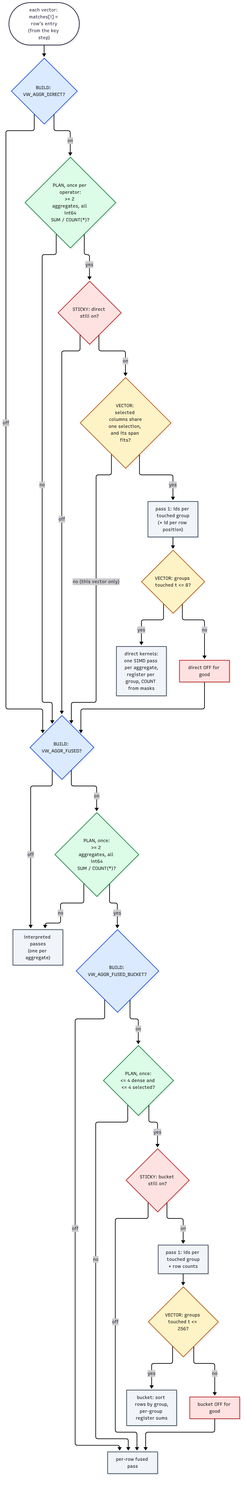
Before: aggregation_options/decision.png, a diagram exported from Mermaid (lxbtlr/db-engine-paradigms). Its source is kept beside it as aggregation_options/decision.mmd. The source it was exported from:
```mermaid
flowchart TB
    START(["each vector: matches[i] = row's entry<br/>(from the key step)"]) --> BD

    BD{"BUILD: VW_AGGR_DIRECT?"}
    BD -- off --> BF
    BD -- on --> OD
    OD{"PLAN, once per operator:<br/>>= 2 aggregates, all int64<br/>SUM / COUNT(*)?"}
    OD -- no --> BF
    OD -- yes --> SD
    SD{"STICKY: direct still on?"}
    SD -- off --> BF
    SD -- on --> VS
    VS{"VECTOR: selected columns share<br/>one selection, and its span fits?"}
    VS -- "no (this vector only)" --> BF
    VS -- yes --> P1D["pass 1: ids per touched group<br/>(+ id per row position)"] --> VT
    VT{"VECTOR: groups touched t <= 8?"}
    VT -- yes --> DIRECT["direct kernels:<br/>one SIMD pass per aggregate,<br/>register per group, COUNT from masks"]
    VT -- "no" --> OFFD["direct OFF for good"] --> BF

    BF{"BUILD: VW_AGGR_FUSED?"}
    BF -- off --> INT["interpreted passes<br/>(one per aggregate)"]
    BF -- on --> OF
    OF{"PLAN, once:<br/>>= 2 aggregates, all int64<br/>SUM / COUNT(*)?"}
    OF -- no --> INT
    OF -- yes --> BB
    BB{"BUILD: VW_AGGR_FUSED_BUCKET?"}
    BB -- off --> FUSED["per-row fused pass"]
    BB -- on --> OB
    OB{"PLAN, once:<br/><= 4 dense and <= 4 selected?"}
    OB -- no --> FUSED
    OB -- yes --> SB
    SB{"STICKY: bucket still on?"}
    SB -- off --> FUSED
    SB -- on --> P1B["pass 1: ids per touched group<br/>+ row counts"] --> VB
    VB{"VECTOR: groups touched t <= 256?"}
    VB -- yes --> BUCKET["bucket: sort rows by group,<br/>per-group register sums"]
    VB -- "no" --> OFFB["bucket OFF for good"] --> FUSED

    classDef build fill:#dbeafe,stroke:#1d4ed8,color:#111
    classDef plan fill:#dcfce7,stroke:#15803d,color:#111
    classDef vec fill:#fef3c7,stroke:#b45309,color:#111
    classDef sticky fill:#fee2e2,stroke:#b91c1c,color:#111
    classDef path fill:#f1f5f9,stroke:#334155,color:#111
    class BD,BF,BB build
    class OD,OF,OB plan
    class VS,VT,VB vec
    class SD,SB,OFFD,OFFB sticky
    class INT,FUSED,BUCKET,DIRECT,P1D,P1B path
```
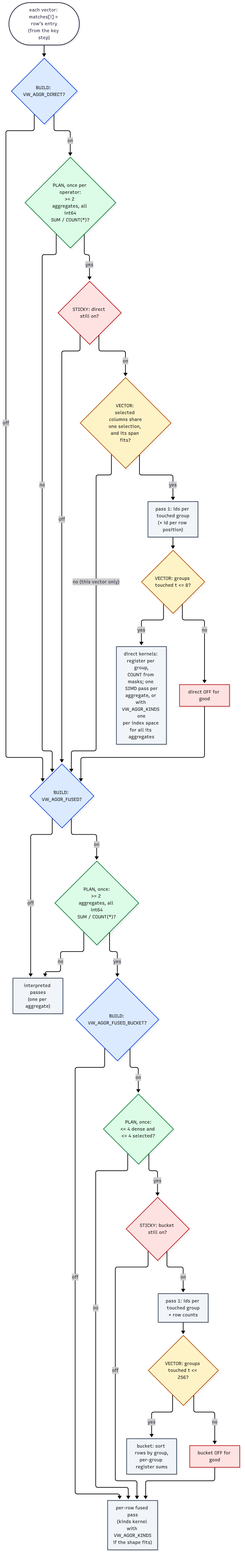
The same file after the commit.

Change to the diagram source:
```diff
@@ -14,7 +14,7 @@
     VS -- "no (this vector only)" --> BF
     VS -- yes --> P1D["pass 1: ids per touched group<br/>(+ id per row position)"] --> VT
     VT{"VECTOR: groups touched t <= 8?"}
-    VT -- yes --> DIRECT["direct kernels:<br/>one SIMD pass per aggregate,<br/>register per group, COUNT from masks"]
+    VT -- yes --> DIRECT["direct kernels: register per group,<br/>COUNT from masks; one SIMD pass per<br/>aggregate, or with VW_AGGR_KINDS one<br/>per index space for all its aggregates"]
     VT -- "no" --> OFFD["direct OFF for good"] --> BF
 
     BF{"BUILD: VW_AGGR_FUSED?"}
@@ -24,7 +24,7 @@
     OF -- no --> INT
     OF -- yes --> BB
     BB{"BUILD: VW_AGGR_FUSED_BUCKET?"}
-    BB -- off --> FUSED["per-row fused pass"]
+    BB -- off --> FUSED["per-row fused pass<br/>(kinds kernel with VW_AGGR_KINDS<br/>if the shape fits)"]
     BB -- on --> OB
     OB{"PLAN, once:<br/><= 4 dense and <= 4 selected?"}
     OB -- no --> FUSED
```
